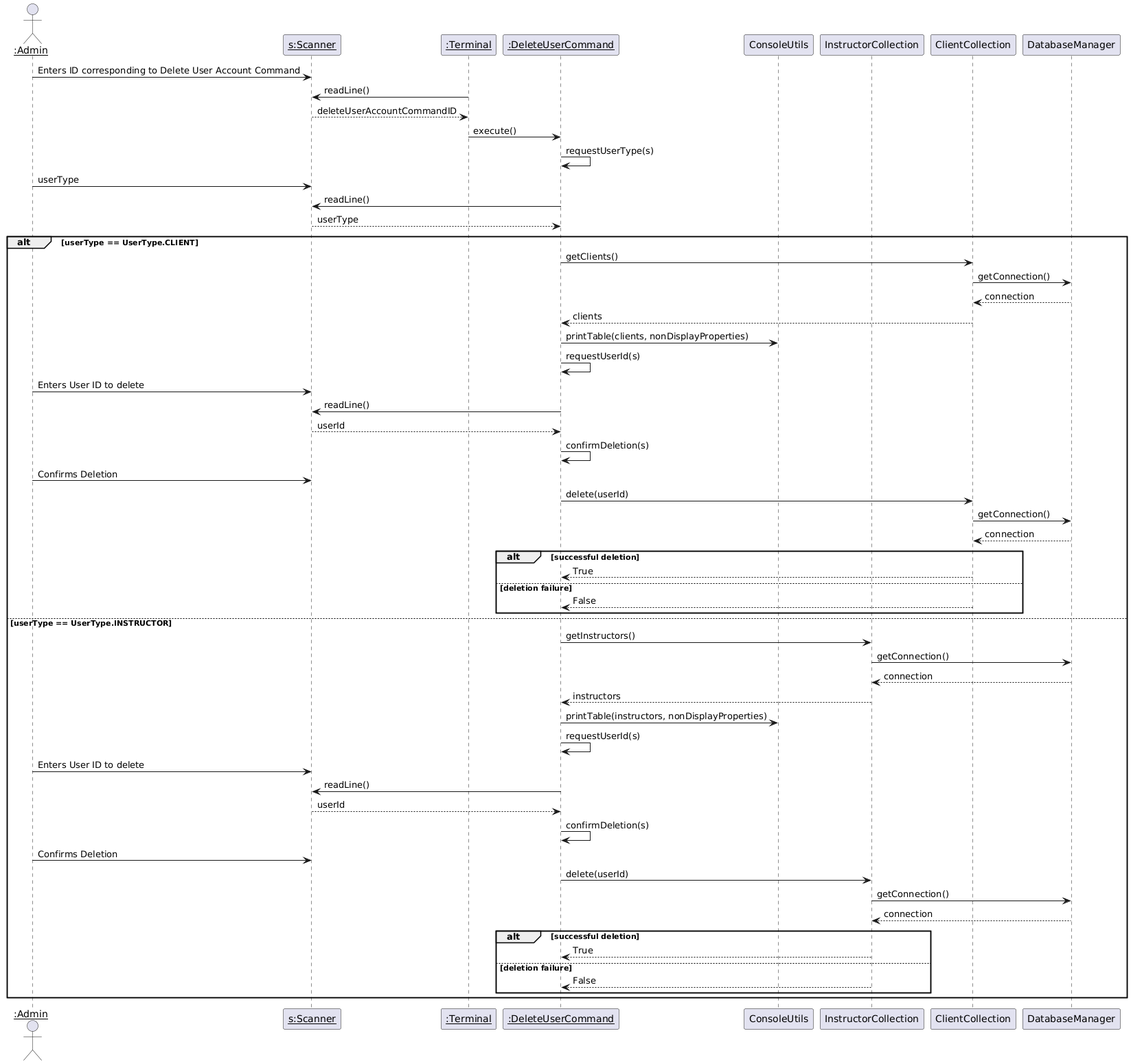
Earlier version of the PlantUML export iterationDeliverables/iteration-2/InteractionDiagrams/Images/Admin-DeleteUserAccount.png (Niravanaa/Alouer-SOEN342).
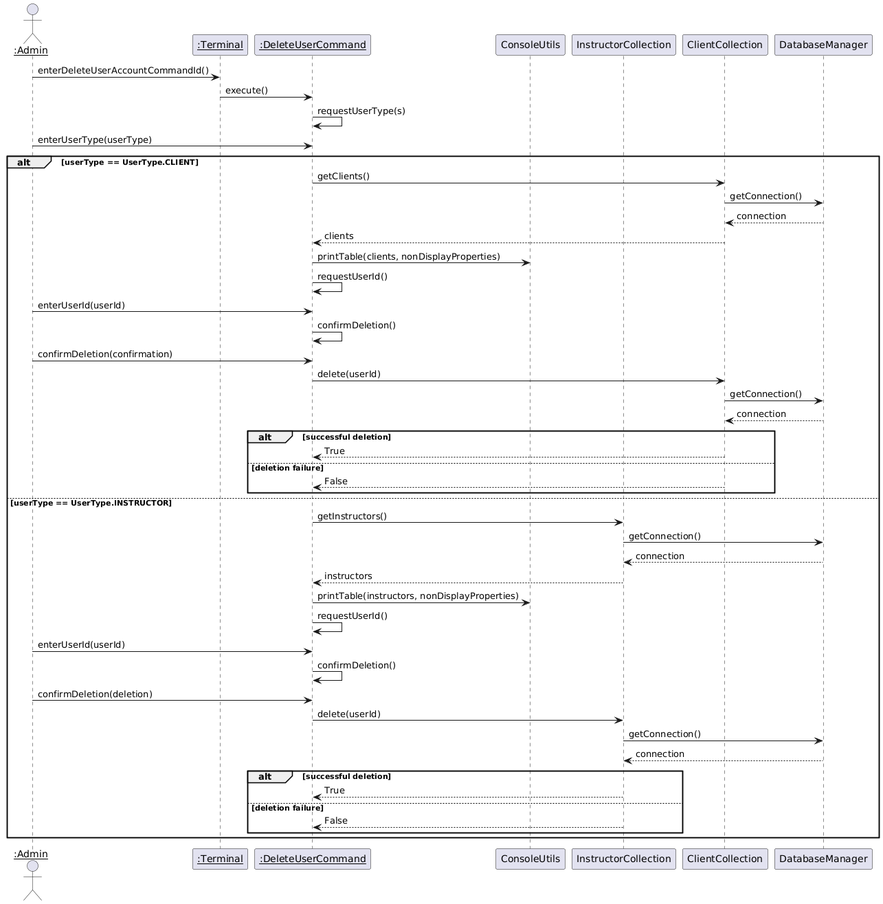
The same file after the commit.

Change to the diagram source:
```diff
@@ -1,6 +1,5 @@
 @startuml
 actor "<u>:Admin" as admin
-participant "<u>s:Scanner" as scanner
 participant "<u>:Terminal" as terminal
 participant "<u>:DeleteUserCommand" as command
 participant "ConsoleUtils" as consoleUtils
@@ -8,26 +7,20 @@
 participant "ClientCollection" as clientCollection
 participant "DatabaseManager" as databaseManager
 
-admin -> scanner: Enters ID corresponding to Delete User Account Command
-terminal -> scanner : readLine()
-scanner --> terminal : deleteUserAccountCommandID
+admin -> terminal : enterDeleteUserAccountCommandId()
 terminal -> command : execute()
 command -> command : requestUserType(s)
-admin -> scanner : userType
-command -> scanner : readLine()
-scanner --> command : userType
+admin -> command : enterUserType(userType)
 alt userType == UserType.CLIENT
     command -> clientCollection : getClients()
     clientCollection -> databaseManager : getConnection()
     databaseManager --> clientCollection : connection
     clientCollection --> command : clients
     command -> consoleUtils : printTable(clients, nonDisplayProperties)
-    command -> command : requestUserId(s)
-    admin -> scanner : Enters User ID to delete
-    command -> scanner : readLine()
-    scanner --> command : userId
-    command -> command : confirmDeletion(s)
-    admin -> scanner : Confirms Deletion
+    command -> command : requestUserId()
+    admin -> command : enterUserId(userId)
+    command -> command : confirmDeletion()
+    admin -> command : confirmDeletion(confirmation)
     command -> clientCollection : delete(userId)
     clientCollection -> databaseManager : getConnection()
     databaseManager --> clientCollection : connection
@@ -42,12 +35,10 @@
     databaseManager --> instructorCollection : connection
     instructorCollection --> command : instructors
     command -> consoleUtils : printTable(instructors, nonDisplayProperties)
-    command -> command : requestUserId(s)
-    admin -> scanner : Enters User ID to delete
-    command -> scanner : readLine()
-    scanner --> command : userId
-    command -> command : confirmDeletion(s)
-    admin -> scanner : Confirms Deletion
+    command -> command : requestUserId()
+    admin -> command : enterUserId(userId)
+    command -> command : confirmDeletion()
+    admin -> command : confirmDeletion(deletion)
     command -> instructorCollection : delete(userId)
     instructorCollection -> databaseManager : getConnection()
     databaseManager --> instructorCollection : connection
```
